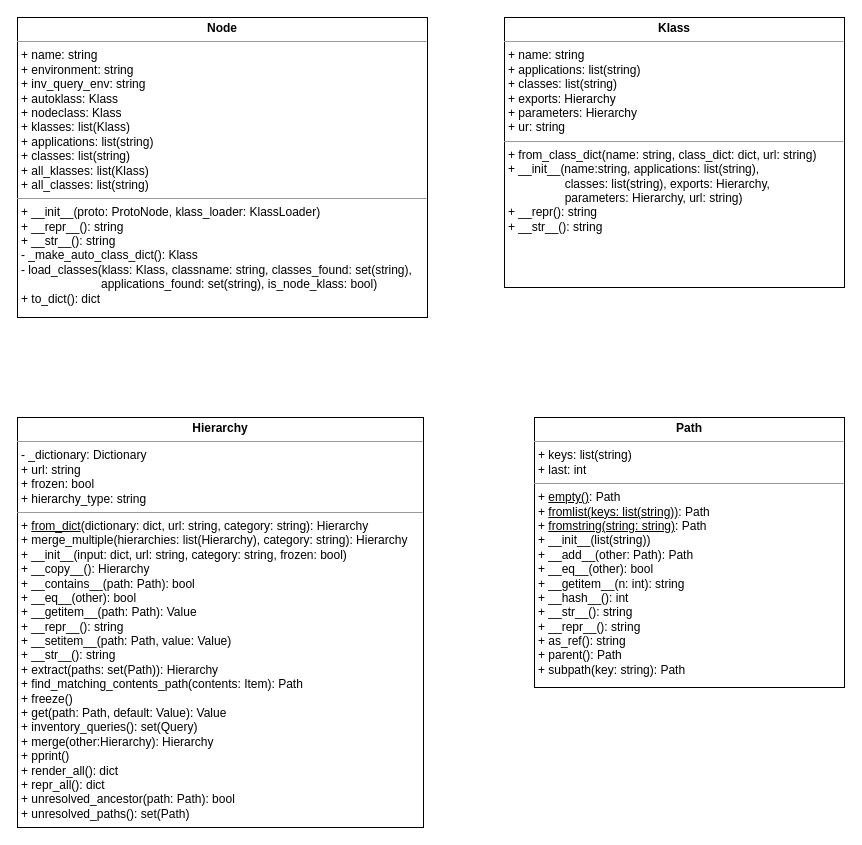
This is page "Page-1" (1 of 4) of docs/diagrams/classes.drawio from AndrewPickford/nodeclass, a draw.io file, before an edit. Source tidied: cells renumbered, new cells numbered last; positions are measured from the earlier drawing's top-left corner, leaving out a move shared by most shapes. Both pictures are drawn from the tidied source at 100%, with x=0, y=0 at pixel (17, 17).
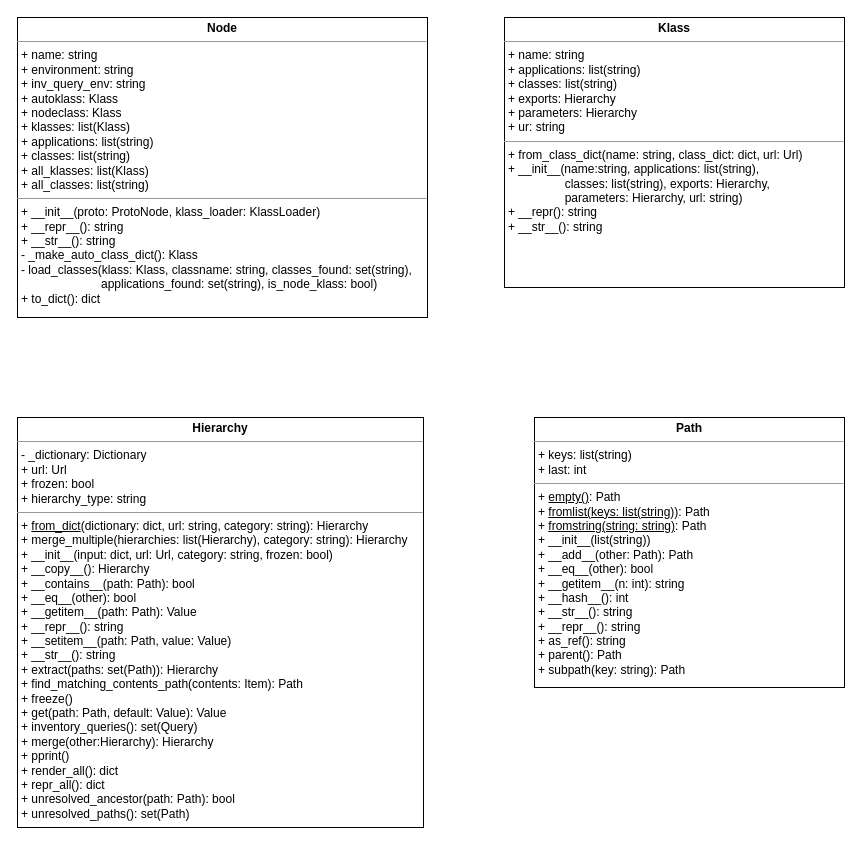
After the change.

Diff of the diagram source:
```diff
@@
 <mxGraphModel>
   <root>
     <mxCell id="0" />
     <mxCell id="1" parent="0" />
-    <mxCell id="2" value="&lt;p style=&quot;margin:0px;margin-top:4px;text-align:center;&quot;&gt;&lt;b&gt;Hierarchy&lt;/b&gt;&lt;/p&gt;&lt;hr size=&quot;1&quot;&gt;&lt;p style=&quot;margin:0px;margin-left:4px;&quot;&gt;- _dictionary: Dictionary&lt;/p&gt;&lt;p style=&quot;margin:0px;margin-left:4px;&quot;&gt;+ url: string&lt;/p&gt;&lt;p style=&quot;margin:0px;margin-left:4px;&quot;&gt;+ frozen: bool&lt;/p&gt;&lt;p style=&quot;margin:0px;margin-left:4px;&quot;&gt;+ hierarchy_type: string&lt;/p&gt;&lt;hr size=&quot;1&quot;&gt;&lt;p style=&quot;margin:0px;margin-left:4px;&quot;&gt;+&amp;nbsp;&lt;u&gt;from_dict&lt;/u&gt;(dictionary: dict, url: string, category: string): Hierarchy&lt;/p&gt;&lt;p style=&quot;margin:0px;margin-left:4px;&quot;&gt;+ merge_multiple(hierarchies: list(Hierarchy), category: string): Hierarchy&lt;/p&gt;&lt;p style=&quot;margin:0px;margin-left:4px;&quot;&gt;+ __init__(input: dict, url: string, category: string, frozen: bool)&lt;/p&gt;&lt;p style=&quot;margin:0px;margin-left:4px;&quot;&gt;+ __copy__(): Hierarchy&lt;/p&gt;&lt;p style=&quot;margin:0px;margin-left:4px;&quot;&gt;+ __contains__(path: Path): bool&lt;/p&gt;&lt;p style=&quot;margin:0px;margin-left:4px;&quot;&gt;+ __eq__(other): bool&lt;/p&gt;&lt;p style=&quot;margin:0px;margin-left:4px;&quot;&gt;+ __getitem__(path: Path): Value&lt;/p&gt;&lt;p style=&quot;margin:0px;margin-left:4px;&quot;&gt;+ __repr__(): string&lt;/p&gt;&lt;p style=&quot;margin:0px;margin-left:4px;&quot;&gt;+ __setitem__(path: Path, value: Value)&lt;/p&gt;&lt;p style=&quot;margin:0px;margin-left:4px;&quot;&gt;+ __str__(): string&lt;/p&gt;&lt;p style=&quot;margin:0px;margin-left:4px;&quot;&gt;+ extract(paths: set(Path)): Hierarchy&lt;/p&gt;&lt;p style=&quot;margin:0px;margin-left:4px;&quot;&gt;+ find_matching_contents_path(contents: Item): Path&lt;/p&gt;&lt;p style=&quot;margin:0px;margin-left:4px;&quot;&gt;+ freeze()&lt;/p&gt;&lt;p style=&quot;margin:0px;margin-left:4px;&quot;&gt;+ get(path: Path, default: Value): Value&lt;/p&gt;&lt;p style=&quot;margin:0px;margin-left:4px;&quot;&gt;+ inventory_queries(): set(Query)&lt;/p&gt;&lt;p style=&quot;margin:0px;margin-left:4px;&quot;&gt;+ merge(other:Hierarchy): Hierarchy&lt;/p&gt;&lt;p style=&quot;margin:0px;margin-left:4px;&quot;&gt;+ pprint()&lt;/p&gt;&lt;p style=&quot;margin:0px;margin-left:4px;&quot;&gt;+ render_all(): dict&lt;/p&gt;&lt;p style=&quot;margin:0px;margin-left:4px;&quot;&gt;+ repr_all(): dict&lt;/p&gt;&lt;p style=&quot;margin:0px;margin-left:4px;&quot;&gt;+ unresolved_ancestor(path:&amp;nbsp;&lt;span style=&quot;background-color: initial;&quot;&gt;Path): bool&lt;/span&gt;&lt;/p&gt;&lt;p style=&quot;margin:0px;margin-left:4px;&quot;&gt;+ unresolved_paths(): set(Path)&lt;/p&gt;&lt;p style=&quot;margin:0px;margin-left:4px;&quot;&gt;&lt;br&gt;&lt;/p&gt;" style="verticalAlign=top;align=left;overflow=fill;fontSize=12;fontFamily=Helvetica;html=1;rounded=0;sketch=0;" parent="1" vertex="1">
+    <mxCell id="2" value="&lt;p style=&quot;margin:0px;margin-top:4px;text-align:center;&quot;&gt;&lt;b&gt;Hierarchy&lt;/b&gt;&lt;/p&gt;&lt;hr size=&quot;1&quot;&gt;&lt;p style=&quot;margin:0px;margin-left:4px;&quot;&gt;- _dictionary: Dictionary&lt;/p&gt;&lt;p style=&quot;margin:0px;margin-left:4px;&quot;&gt;+ url: Url&lt;/p&gt;&lt;p style=&quot;margin:0px;margin-left:4px;&quot;&gt;+ frozen: bool&lt;/p&gt;&lt;p style=&quot;margin:0px;margin-left:4px;&quot;&gt;+ hierarchy_type: string&lt;/p&gt;&lt;hr size=&quot;1&quot;&gt;&lt;p style=&quot;margin:0px;margin-left:4px;&quot;&gt;+&amp;nbsp;&lt;u&gt;from_dict&lt;/u&gt;(dictionary: dict, url: string, category: string): Hierarchy&lt;/p&gt;&lt;p style=&quot;margin:0px;margin-left:4px;&quot;&gt;+ merge_multiple(hierarchies: list(Hierarchy), category: string): Hierarchy&lt;/p&gt;&lt;p style=&quot;margin:0px;margin-left:4px;&quot;&gt;+ __init__(input: dict, url: Url, category: string, frozen: bool)&lt;/p&gt;&lt;p style=&quot;margin:0px;margin-left:4px;&quot;&gt;+ __copy__(): Hierarchy&lt;/p&gt;&lt;p style=&quot;margin:0px;margin-left:4px;&quot;&gt;+ __contains__(path: Path): bool&lt;/p&gt;&lt;p style=&quot;margin:0px;margin-left:4px;&quot;&gt;+ __eq__(other): bool&lt;/p&gt;&lt;p style=&quot;margin:0px;margin-left:4px;&quot;&gt;+ __getitem__(path: Path): Value&lt;/p&gt;&lt;p style=&quot;margin:0px;margin-left:4px;&quot;&gt;+ __repr__(): string&lt;/p&gt;&lt;p style=&quot;margin:0px;margin-left:4px;&quot;&gt;+ __setitem__(path: Path, value: Value)&lt;/p&gt;&lt;p style=&quot;margin:0px;margin-left:4px;&quot;&gt;+ __str__(): string&lt;/p&gt;&lt;p style=&quot;margin:0px;margin-left:4px;&quot;&gt;+ extract(paths: set(Path)): Hierarchy&lt;/p&gt;&lt;p style=&quot;margin:0px;margin-left:4px;&quot;&gt;+ find_matching_contents_path(contents: Item): Path&lt;/p&gt;&lt;p style=&quot;margin:0px;margin-left:4px;&quot;&gt;+ freeze()&lt;/p&gt;&lt;p style=&quot;margin:0px;margin-left:4px;&quot;&gt;+ get(path: Path, default: Value): Value&lt;/p&gt;&lt;p style=&quot;margin:0px;margin-left:4px;&quot;&gt;+ inventory_queries(): set(Query)&lt;/p&gt;&lt;p style=&quot;margin:0px;margin-left:4px;&quot;&gt;+ merge(other:Hierarchy): Hierarchy&lt;/p&gt;&lt;p style=&quot;margin:0px;margin-left:4px;&quot;&gt;+ pprint()&lt;/p&gt;&lt;p style=&quot;margin:0px;margin-left:4px;&quot;&gt;+ render_all(): dict&lt;/p&gt;&lt;p style=&quot;margin:0px;margin-left:4px;&quot;&gt;+ repr_all(): dict&lt;/p&gt;&lt;p style=&quot;margin:0px;margin-left:4px;&quot;&gt;+ unresolved_ancestor(path:&amp;nbsp;&lt;span style=&quot;background-color: initial;&quot;&gt;Path): bool&lt;/span&gt;&lt;/p&gt;&lt;p style=&quot;margin:0px;margin-left:4px;&quot;&gt;+ unresolved_paths(): set(Path)&lt;/p&gt;&lt;p style=&quot;margin:0px;margin-left:4px;&quot;&gt;&lt;br&gt;&lt;/p&gt;" style="verticalAlign=top;align=left;overflow=fill;fontSize=12;fontFamily=Helvetica;html=1;rounded=0;sketch=0;" parent="1" vertex="1">
       <mxGeometry y="400" width="406" height="410" as="geometry" />
     </mxCell>
     <mxCell id="3" value="&lt;p style=&quot;margin:0px;margin-top:4px;text-align:center;&quot;&gt;&lt;b&gt;Path&lt;/b&gt;&lt;/p&gt;&lt;hr size=&quot;1&quot;&gt;&lt;p style=&quot;margin:0px;margin-left:4px;&quot;&gt;+ keys: list(string)&lt;/p&gt;&lt;p style=&quot;margin:0px;margin-left:4px;&quot;&gt;+ last: int&lt;/p&gt;&lt;hr size=&quot;1&quot;&gt;&lt;p style=&quot;margin:0px;margin-left:4px;&quot;&gt;+ &lt;u&gt;empty()&lt;/u&gt;: Path&lt;/p&gt;&lt;p style=&quot;margin:0px;margin-left:4px;&quot;&gt;+ &lt;u&gt;fromlist(keys: list(string))&lt;/u&gt;: Path&lt;/p&gt;&lt;p style=&quot;margin:0px;margin-left:4px;&quot;&gt;+ &lt;u&gt;fromstring(string: string)&lt;/u&gt;: Path&lt;/p&gt;&lt;p style=&quot;margin:0px;margin-left:4px;&quot;&gt;+ __init__(list(string))&lt;/p&gt;&lt;p style=&quot;margin:0px;margin-left:4px;&quot;&gt;+ __add__(other: Path): Path&lt;/p&gt;&lt;p style=&quot;margin:0px;margin-left:4px;&quot;&gt;+ __eq__(other): bool&lt;/p&gt;&lt;p style=&quot;margin:0px;margin-left:4px;&quot;&gt;+ __getitem__(n: int): string&lt;/p&gt;&lt;p style=&quot;margin:0px;margin-left:4px;&quot;&gt;+ __hash__(): int&lt;/p&gt;&lt;p style=&quot;margin:0px;margin-left:4px;&quot;&gt;+ __str__(): string&lt;/p&gt;&lt;p style=&quot;margin:0px;margin-left:4px;&quot;&gt;+ __repr__(): string&lt;/p&gt;&lt;p style=&quot;margin:0px;margin-left:4px;&quot;&gt;+ as_ref(): string&lt;/p&gt;&lt;p style=&quot;margin:0px;margin-left:4px;&quot;&gt;+ parent(): Path&lt;/p&gt;&lt;p style=&quot;margin:0px;margin-left:4px;&quot;&gt;+ subpath(key: string): Path&lt;/p&gt;&lt;p style=&quot;margin:0px;margin-left:4px;&quot;&gt;&lt;br&gt;&lt;/p&gt;&lt;p style=&quot;margin:0px;margin-left:4px;&quot;&gt;&lt;br&gt;&lt;/p&gt;" style="verticalAlign=top;align=left;overflow=fill;fontSize=12;fontFamily=Helvetica;html=1;" parent="1" vertex="1">
       <mxGeometry x="517" y="400" width="310" height="270" as="geometry" />
     </mxCell>
     <mxCell id="4" value="&lt;p style=&quot;margin:0px;margin-top:4px;text-align:center;&quot;&gt;&lt;b&gt;Node&lt;/b&gt;&lt;/p&gt;&lt;hr size=&quot;1&quot;&gt;&lt;p style=&quot;margin:0px;margin-left:4px;&quot;&gt;+ name: string&lt;/p&gt;&lt;p style=&quot;margin:0px;margin-left:4px;&quot;&gt;+ environment: string&lt;/p&gt;&lt;p style=&quot;margin:0px;margin-left:4px;&quot;&gt;+ inv_query_env: string&lt;/p&gt;&lt;p style=&quot;margin:0px;margin-left:4px;&quot;&gt;+ autoklass: Klass&lt;/p&gt;&lt;p style=&quot;margin:0px;margin-left:4px;&quot;&gt;+ nodeclass: Klass&lt;/p&gt;&lt;p style=&quot;margin:0px;margin-left:4px;&quot;&gt;+ klasses: list(Klass)&lt;/p&gt;&lt;p style=&quot;margin:0px;margin-left:4px;&quot;&gt;+ applications: list(string)&lt;/p&gt;&lt;p style=&quot;margin:0px;margin-left:4px;&quot;&gt;+ classes: list(string)&lt;/p&gt;&lt;p style=&quot;margin:0px;margin-left:4px;&quot;&gt;+ all_klasses: list(Klass)&lt;/p&gt;&lt;p style=&quot;margin:0px;margin-left:4px;&quot;&gt;+ all_classes: list(string)&lt;/p&gt;&lt;hr size=&quot;1&quot;&gt;&lt;p style=&quot;margin:0px;margin-left:4px;&quot;&gt;+ __init__(proto: ProtoNode, klass_loader: KlassLoader)&lt;/p&gt;&lt;p style=&quot;margin:0px;margin-left:4px;&quot;&gt;+ __repr__(): string&lt;/p&gt;&lt;p style=&quot;margin:0px;margin-left:4px;&quot;&gt;+ __str__(): string&lt;/p&gt;&lt;p style=&quot;margin:0px;margin-left:4px;&quot;&gt;- _make_auto_class_dict(): Klass&lt;/p&gt;&lt;p style=&quot;margin:0px;margin-left:4px;&quot;&gt;- load_classes(klass: Klass, classname: string,&amp;nbsp;&lt;span style=&quot;background-color: initial;&quot;&gt;classes_found: set(string),&lt;/span&gt;&lt;/p&gt;&lt;p style=&quot;margin:0px;margin-left:4px;&quot;&gt;&lt;span style=&quot;background-color: initial;&quot;&gt;&amp;nbsp; &amp;nbsp; &amp;nbsp; &amp;nbsp; &amp;nbsp; &amp;nbsp; &amp;nbsp; &amp;nbsp; &amp;nbsp; &amp;nbsp; &amp;nbsp; &amp;nbsp; applications_found: set(string), is_node_klass: bool)&lt;/span&gt;&lt;/p&gt;&lt;p style=&quot;margin:0px;margin-left:4px;&quot;&gt;&lt;span style=&quot;background-color: initial;&quot;&gt;+ to_dict(): dict&lt;/span&gt;&lt;/p&gt;" style="verticalAlign=top;align=left;overflow=fill;fontSize=12;fontFamily=Helvetica;html=1;" parent="1" vertex="1">
       <mxGeometry width="410" height="300" as="geometry" />
     </mxCell>
-    <mxCell id="5" value="&lt;p style=&quot;margin:0px;margin-top:4px;text-align:center;&quot;&gt;&lt;b&gt;Klass&lt;/b&gt;&lt;/p&gt;&lt;hr size=&quot;1&quot;&gt;&lt;p style=&quot;margin:0px;margin-left:4px;&quot;&gt;+ name: string&lt;/p&gt;&lt;p style=&quot;margin:0px;margin-left:4px;&quot;&gt;+ applications: list(string)&lt;/p&gt;&lt;p style=&quot;margin:0px;margin-left:4px;&quot;&gt;+ classes: list(string)&lt;/p&gt;&lt;p style=&quot;margin:0px;margin-left:4px;&quot;&gt;+ exports: Hierarchy&lt;/p&gt;&lt;p style=&quot;margin:0px;margin-left:4px;&quot;&gt;+ parameters: Hierarchy&lt;/p&gt;&lt;p style=&quot;margin:0px;margin-left:4px;&quot;&gt;+ ur: string&lt;/p&gt;&lt;hr size=&quot;1&quot;&gt;&lt;p style=&quot;margin:0px;margin-left:4px;&quot;&gt;+ from_class_dict(&lt;span style=&quot;background-color: initial;&quot;&gt;name: string, class_dict: dict, url: string)&lt;/span&gt;&lt;/p&gt;&lt;p style=&quot;margin:0px;margin-left:4px;&quot;&gt;&lt;span style=&quot;background-color: initial;&quot;&gt;+ __init__(name:string, applications: list(string),&lt;/span&gt;&lt;/p&gt;&lt;p style=&quot;margin:0px;margin-left:4px;&quot;&gt;&lt;span style=&quot;background-color: initial;&quot;&gt;&amp;nbsp; &amp;nbsp; &amp;nbsp; &amp;nbsp; &amp;nbsp; &amp;nbsp; &amp;nbsp; &amp;nbsp; &amp;nbsp;classes: list(string), exports: Hierarchy,&lt;/span&gt;&lt;/p&gt;&lt;p style=&quot;margin:0px;margin-left:4px;&quot;&gt;&lt;span style=&quot;background-color: initial;&quot;&gt;&amp;nbsp; &amp;nbsp; &amp;nbsp; &amp;nbsp; &amp;nbsp; &amp;nbsp; &amp;nbsp; &amp;nbsp; &amp;nbsp;parameters: Hierarchy, url: string)&lt;/span&gt;&lt;/p&gt;&lt;p style=&quot;margin:0px;margin-left:4px;&quot;&gt;&lt;span style=&quot;background-color: initial;&quot;&gt;+ __repr(): string&lt;/span&gt;&lt;/p&gt;&lt;p style=&quot;margin:0px;margin-left:4px;&quot;&gt;&lt;span style=&quot;background-color: initial;&quot;&gt;+ __str__(): string&lt;/span&gt;&lt;/p&gt;" style="verticalAlign=top;align=left;overflow=fill;fontSize=12;fontFamily=Helvetica;html=1;" parent="1" vertex="1">
+    <mxCell id="5" value="&lt;p style=&quot;margin:0px;margin-top:4px;text-align:center;&quot;&gt;&lt;b&gt;Klass&lt;/b&gt;&lt;/p&gt;&lt;hr size=&quot;1&quot;&gt;&lt;p style=&quot;margin:0px;margin-left:4px;&quot;&gt;+ name: string&lt;/p&gt;&lt;p style=&quot;margin:0px;margin-left:4px;&quot;&gt;+ applications: list(string)&lt;/p&gt;&lt;p style=&quot;margin:0px;margin-left:4px;&quot;&gt;+ classes: list(string)&lt;/p&gt;&lt;p style=&quot;margin:0px;margin-left:4px;&quot;&gt;+ exports: Hierarchy&lt;/p&gt;&lt;p style=&quot;margin:0px;margin-left:4px;&quot;&gt;+ parameters: Hierarchy&lt;/p&gt;&lt;p style=&quot;margin:0px;margin-left:4px;&quot;&gt;+ ur: string&lt;/p&gt;&lt;hr size=&quot;1&quot;&gt;&lt;p style=&quot;margin:0px;margin-left:4px;&quot;&gt;+ from_class_dict(&lt;span style=&quot;background-color: initial;&quot;&gt;name: string, class_dict: dict, url: Url)&lt;/span&gt;&lt;/p&gt;&lt;p style=&quot;margin:0px;margin-left:4px;&quot;&gt;&lt;span style=&quot;background-color: initial;&quot;&gt;+ __init__(name:string, applications: list(string),&lt;/span&gt;&lt;/p&gt;&lt;p style=&quot;margin:0px;margin-left:4px;&quot;&gt;&lt;span style=&quot;background-color: initial;&quot;&gt;&amp;nbsp; &amp;nbsp; &amp;nbsp; &amp;nbsp; &amp;nbsp; &amp;nbsp; &amp;nbsp; &amp;nbsp; &amp;nbsp;classes: list(string), exports: Hierarchy,&lt;/span&gt;&lt;/p&gt;&lt;p style=&quot;margin:0px;margin-left:4px;&quot;&gt;&lt;span style=&quot;background-color: initial;&quot;&gt;&amp;nbsp; &amp;nbsp; &amp;nbsp; &amp;nbsp; &amp;nbsp; &amp;nbsp; &amp;nbsp; &amp;nbsp; &amp;nbsp;parameters: Hierarchy, url: string)&lt;/span&gt;&lt;/p&gt;&lt;p style=&quot;margin:0px;margin-left:4px;&quot;&gt;&lt;span style=&quot;background-color: initial;&quot;&gt;+ __repr(): string&lt;/span&gt;&lt;/p&gt;&lt;p style=&quot;margin:0px;margin-left:4px;&quot;&gt;&lt;span style=&quot;background-color: initial;&quot;&gt;+ __str__(): string&lt;/span&gt;&lt;/p&gt;" style="verticalAlign=top;align=left;overflow=fill;fontSize=12;fontFamily=Helvetica;html=1;" parent="1" vertex="1">
       <mxGeometry x="487" width="340" height="270" as="geometry" />
     </mxCell>
   </root>
 </mxGraphModel>
```
